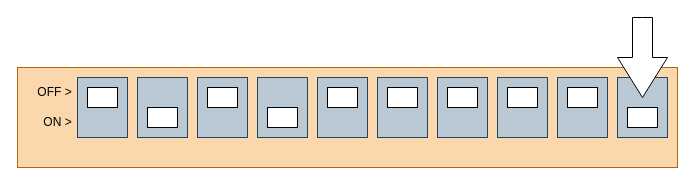
The draw.io diagram diagrams/dip_switches/factory_reset.dio in show-io/showio-docs, before the edit. Source tidied: cells renumbered, new cells numbered last; positions are measured from the earlier drawing's top-left corner, leaving out a move shared by most shapes. Both pictures are drawn from the tidied source at 100%, with x=0, y=0 at pixel (17, 17).
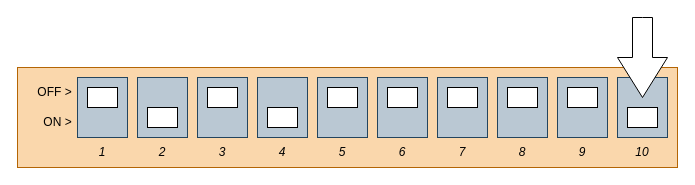
After the change.

What changed in the source:
```diff
@@
+    <mxCell id="26" value="&lt;i&gt;1&lt;/i&gt;" style="text;html=1;align=center;verticalAlign=middle;whiteSpace=wrap;rounded=0;" parent="1" vertex="1">
+      <mxGeometry x="60" y="120" width="50" height="30" as="geometry" />
+    </mxCell>
+    <mxCell id="27" value="&lt;i&gt;2&lt;/i&gt;" style="text;html=1;align=center;verticalAlign=middle;whiteSpace=wrap;rounded=0;" parent="1" vertex="1">
+      <mxGeometry x="120" y="120" width="50" height="30" as="geometry" />
+    </mxCell>
+    <mxCell id="28" value="&lt;i&gt;3&lt;/i&gt;" style="text;html=1;align=center;verticalAlign=middle;whiteSpace=wrap;rounded=0;" parent="1" vertex="1">
+      <mxGeometry x="180" y="120" width="50" height="30" as="geometry" />
+    </mxCell>
+    <mxCell id="29" value="&lt;i&gt;4&lt;/i&gt;" style="text;html=1;align=center;verticalAlign=middle;whiteSpace=wrap;rounded=0;" parent="1" vertex="1">
+      <mxGeometry x="240" y="120" width="50" height="30" as="geometry" />
+    </mxCell>
+    <mxCell id="30" value="&lt;i&gt;5&lt;/i&gt;" style="text;html=1;align=center;verticalAlign=middle;whiteSpace=wrap;rounded=0;" parent="1" vertex="1">
+      <mxGeometry x="300" y="120" width="50" height="30" as="geometry" />
+    </mxCell>
+    <mxCell id="31" value="&lt;i&gt;6&lt;/i&gt;" style="text;html=1;align=center;verticalAlign=middle;whiteSpace=wrap;rounded=0;" parent="1" vertex="1">
+      <mxGeometry x="360" y="120" width="50" height="30" as="geometry" />
+    </mxCell>
+    <mxCell id="32" value="&lt;i&gt;7&lt;/i&gt;" style="text;html=1;align=center;verticalAlign=middle;whiteSpace=wrap;rounded=0;" parent="1" vertex="1">
+      <mxGeometry x="420" y="120" width="50" height="30" as="geometry" />
+    </mxCell>
+    <mxCell id="33" value="&lt;i&gt;8&lt;/i&gt;" style="text;html=1;align=center;verticalAlign=middle;whiteSpace=wrap;rounded=0;" parent="1" vertex="1">
+      <mxGeometry x="480" y="120" width="50" height="30" as="geometry" />
+    </mxCell>
+    <mxCell id="34" value="&lt;i&gt;9&lt;/i&gt;" style="text;html=1;align=center;verticalAlign=middle;whiteSpace=wrap;rounded=0;" parent="1" vertex="1">
+      <mxGeometry x="540" y="120" width="50" height="30" as="geometry" />
+    </mxCell>
+    <mxCell id="35" value="&lt;i&gt;10&lt;/i&gt;" style="text;html=1;align=center;verticalAlign=middle;whiteSpace=wrap;rounded=0;" parent="1" vertex="1">
+      <mxGeometry x="600" y="120" width="50" height="30" as="geometry" />
+    </mxCell>
```
